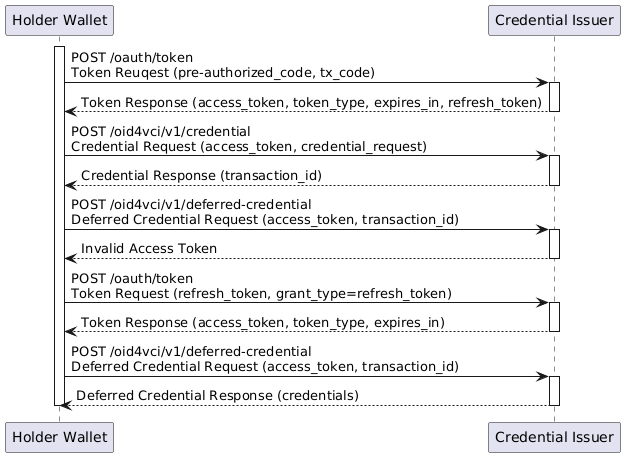
oriolcanades/blog keeps this PlantUML diagram as assets/img/posts/deferred-credential-using-refresh-token.png. Above is the earlier version. The source it was exported from:
```plantuml
@startuml
participant "Holder Wallet" as wallet
participant "Credential Issuer" as issuer

activate wallet
wallet -> issuer++: POST /oauth/token\nToken Reuqest (pre-authorized_code, tx_code)
issuer --> wallet--: Token Response (access_token, token_type, expires_in, refresh_token)

wallet -> issuer++: POST /oid4vci/v1/credential\nCredential Request (access_token, credential_request)
issuer --> wallet--: Credential Response (transaction_id)

wallet -> issuer++: POST /oid4vci/v1/deferred-credential\nDeferred Credential Request (access_token, transaction_id)
issuer --> wallet--: Invalid Access Token

wallet -> issuer++: POST /oauth/token\nToken Request (refresh_token, grant_type=refresh_token)
issuer --> wallet--: Token Response (access_token, token_type, expires_in)

wallet -> issuer++: POST /oid4vci/v1/deferred-credential\nDeferred Credential Request (access_token, transaction_id)
issuer --> wallet--: Deferred Credential Response (credentials)
deactivate wallet
@enduml
```
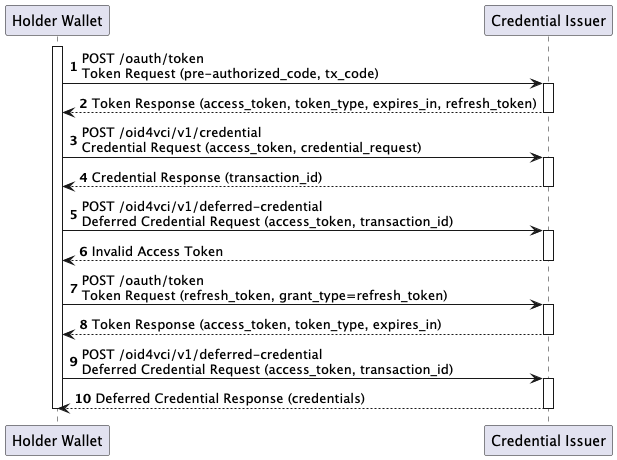
Above is the later version.

Diff of the diagram source:
```diff
@@ -1,9 +1,12 @@
 @startuml
+
+autonumber
+
 participant "Holder Wallet" as wallet
 participant "Credential Issuer" as issuer
 
 activate wallet
-wallet -> issuer++: POST /oauth/token\nToken Reuqest (pre-authorized_code, tx_code)
+wallet -> issuer++: POST /oauth/token\nToken Request (pre-authorized_code, tx_code)
 issuer --> wallet--: Token Response (access_token, token_type, expires_in, refresh_token)
 
 wallet -> issuer++: POST /oid4vci/v1/credential\nCredential Request (access_token, credential_request)
@@ -18,4 +21,5 @@
 wallet -> issuer++: POST /oid4vci/v1/deferred-credential\nDeferred Credential Request (access_token, transaction_id)
 issuer --> wallet--: Deferred Credential Response (credentials)
 deactivate wallet
+
 @enduml
```
